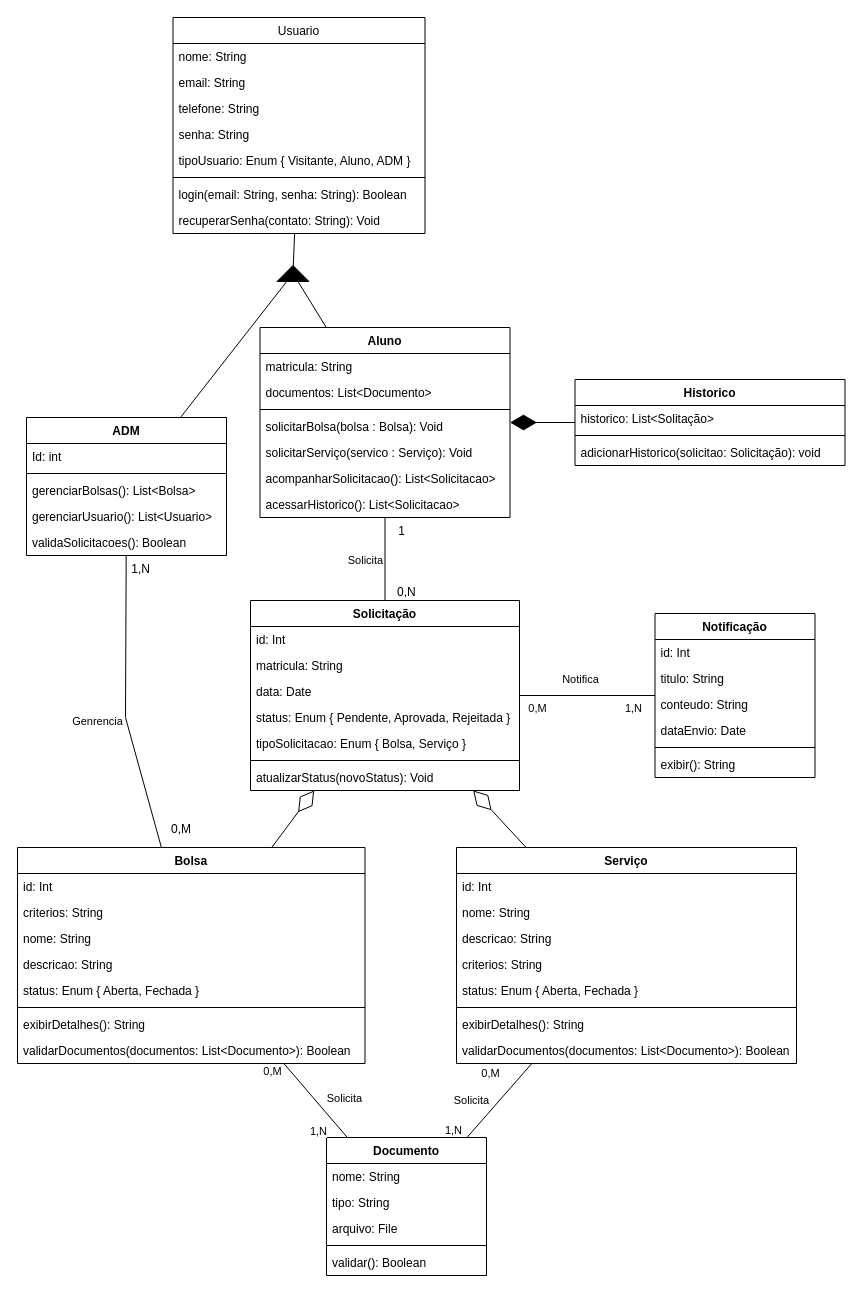
The draw.io diagram Eng de Software 1/Trabalho/diagrama_classe.drawio in MarcosWillianAP1K/Atividade_Faculdade, before the edit. Source tidied: cells renumbered, new cells numbered last; positions are measured from the earlier drawing's top-left corner, leaving out a move shared by most shapes. Both pictures are drawn from the tidied source at 100%, with x=0, y=0 at pixel (17, 17).
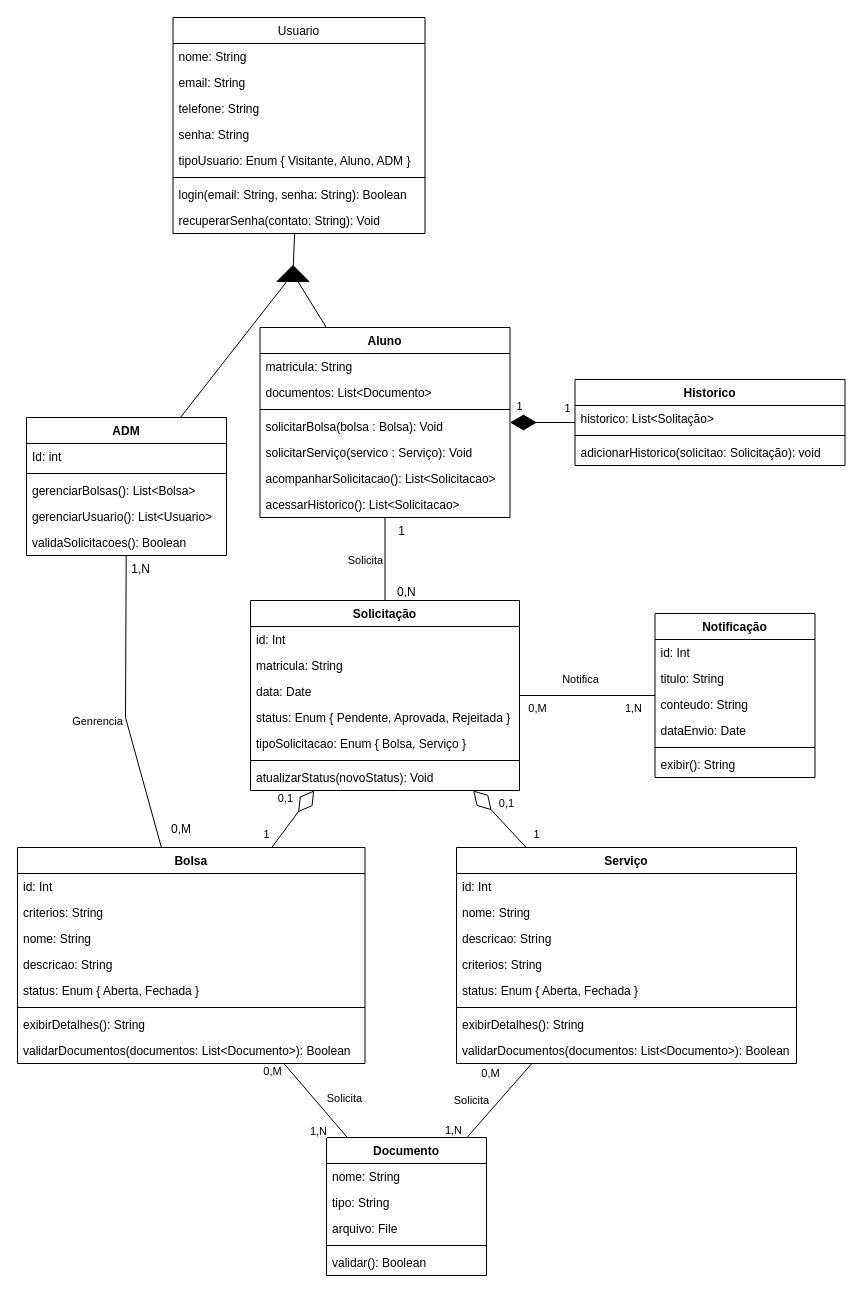
The same page after the edit.

Commit message (it also covers changes not shown here):
Eng de software 1 diagrama sequencia adm

The change refers to these unchanged cells:
```xml
<mxCell id="80" style="endArrow=diamondThin;endFill=1;endSize=24;html=1;" parent="1" edge="1" source="76" target="11">
  <mxGeometry relative="1" as="geometry" />
</mxCell>
<mxCell id="89" style="endArrow=diamondThin;endFill=0;endSize=24;html=1;" parent="1" edge="1" source="19" target="37">
  <mxGeometry relative="1" as="geometry" />
</mxCell>
<mxCell id="90" style="endArrow=diamondThin;endFill=0;endSize=24;html=1;" parent="1" edge="1" source="28" target="37">
  <mxGeometry relative="1" as="geometry" />
</mxCell>
```

Diff of the diagram source:
```diff
@@
+    <mxCell id="95" value="1" style="edgeLabel;html=1;align=center;verticalAlign=middle;" parent="80" vertex="1">
+      <mxGeometry x="0.38" y="-1" relative="1" as="geometry">
+        <mxPoint x="-11" y="-16" as="offset" />
+      </mxGeometry>
+    </mxCell>
+    <mxCell id="96" value="1" style="edgeLabel;html=1;align=center;verticalAlign=middle;" parent="80" vertex="1">
+      <mxGeometry x="-0.74" relative="1" as="geometry">
+        <mxPoint y="-15" as="offset" />
+      </mxGeometry>
+    </mxCell>
@@
+    <mxCell id="97" value="0,1" style="edgeLabel;html=1;align=center;verticalAlign=middle;" parent="89" vertex="1">
+      <mxGeometry x="0.52" y="-3" relative="1" as="geometry">
+        <mxPoint x="-21" y="-8" as="offset" />
+      </mxGeometry>
+    </mxCell>
+    <mxCell id="98" value="1" style="edgeLabel;html=1;align=center;verticalAlign=middle;" parent="89" vertex="1">
+      <mxGeometry x="-0.54" y="1" relative="1" as="geometry">
+        <mxPoint x="-14" as="offset" />
+      </mxGeometry>
+    </mxCell>
@@
+    <mxCell id="99" value="0,1" style="edgeLabel;html=1;align=center;verticalAlign=middle;" parent="90" vertex="1">
+      <mxGeometry x="0.6" y="1" relative="1" as="geometry">
+        <mxPoint x="23" as="offset" />
+      </mxGeometry>
+    </mxCell>
+    <mxCell id="100" value="1" style="edgeLabel;html=1;align=center;verticalAlign=middle;" parent="90" vertex="1">
+      <mxGeometry x="-0.57" y="-1" relative="1" as="geometry">
+        <mxPoint x="21" as="offset" />
+      </mxGeometry>
+    </mxCell>
```
